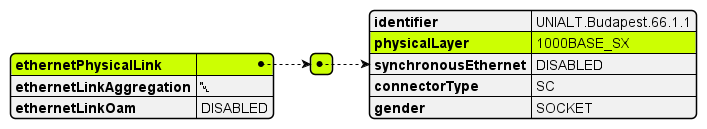
The PlantUML diagram documentation/productSchema/ip/internetAccess/MEF 139 resources/media/useCases/uc2UniAccessLinkTrunk.png in MEF-GIT/MEF-LSO-Sonata-SDK, before a commit.
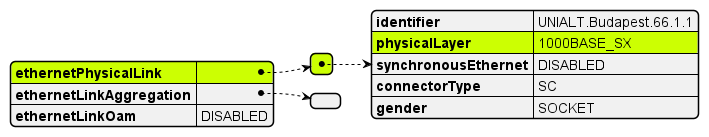
The same diagram one commit later.

Change to the diagram source:
```diff
@@ -13,7 +13,7 @@
       "gender": "SOCKET"
     }
   ],
-  "ethernetLinkAggregation": null,
+  "ethernetLinkAggregation": [],
   "ethernetLinkOam": "DISABLED"
 }
 @endjson
```
